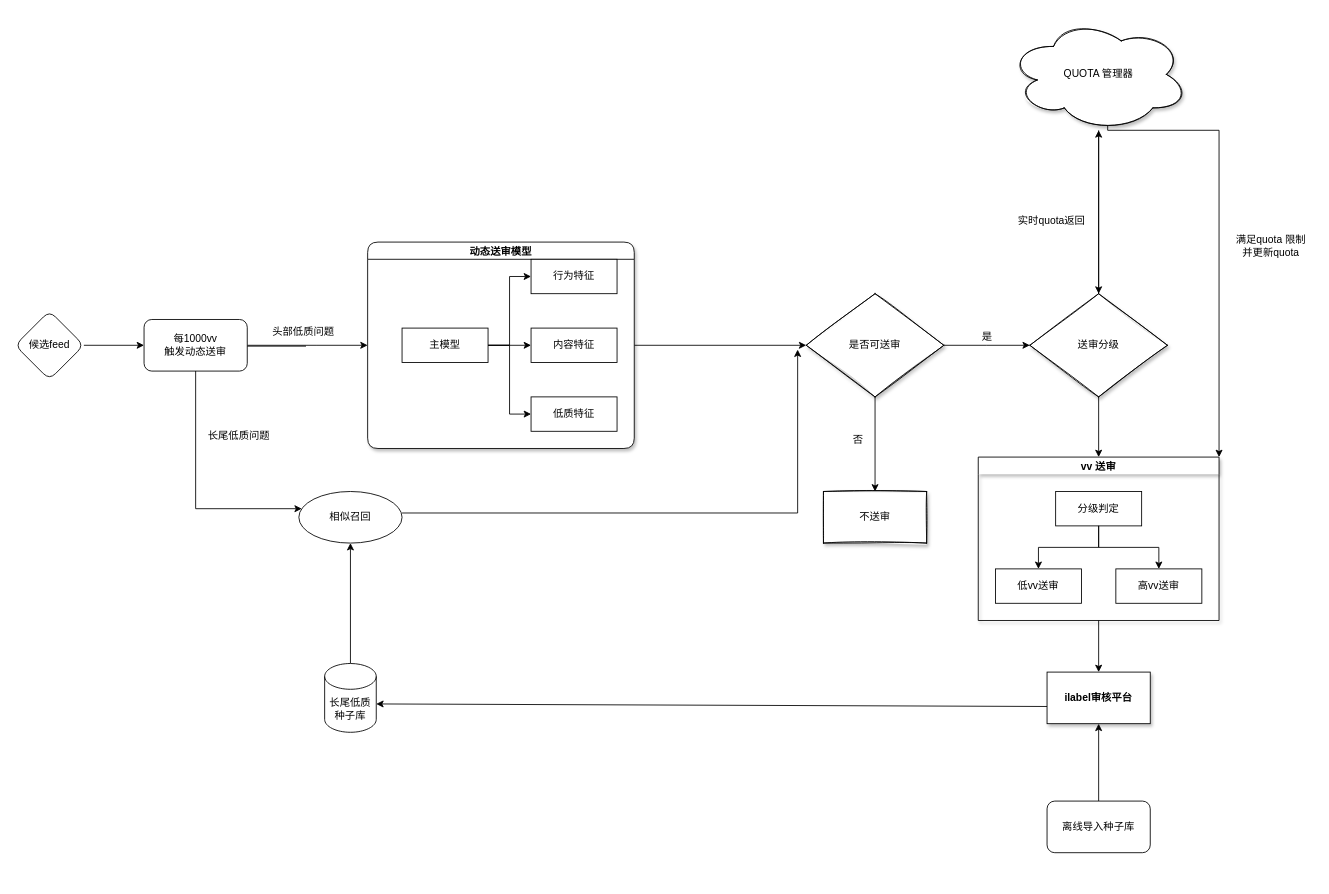
Earlier version of the draw.io diagram Untitled Diagram.drawio (CaryXiang/model_flow). Source tidied: cells renumbered, new cells numbered last; positions are measured from the earlier drawing's top-left corner, leaving out a move shared by most shapes. Both pictures are drawn from the tidied source at 86%, with x=0, y=0 at pixel (15, 18).
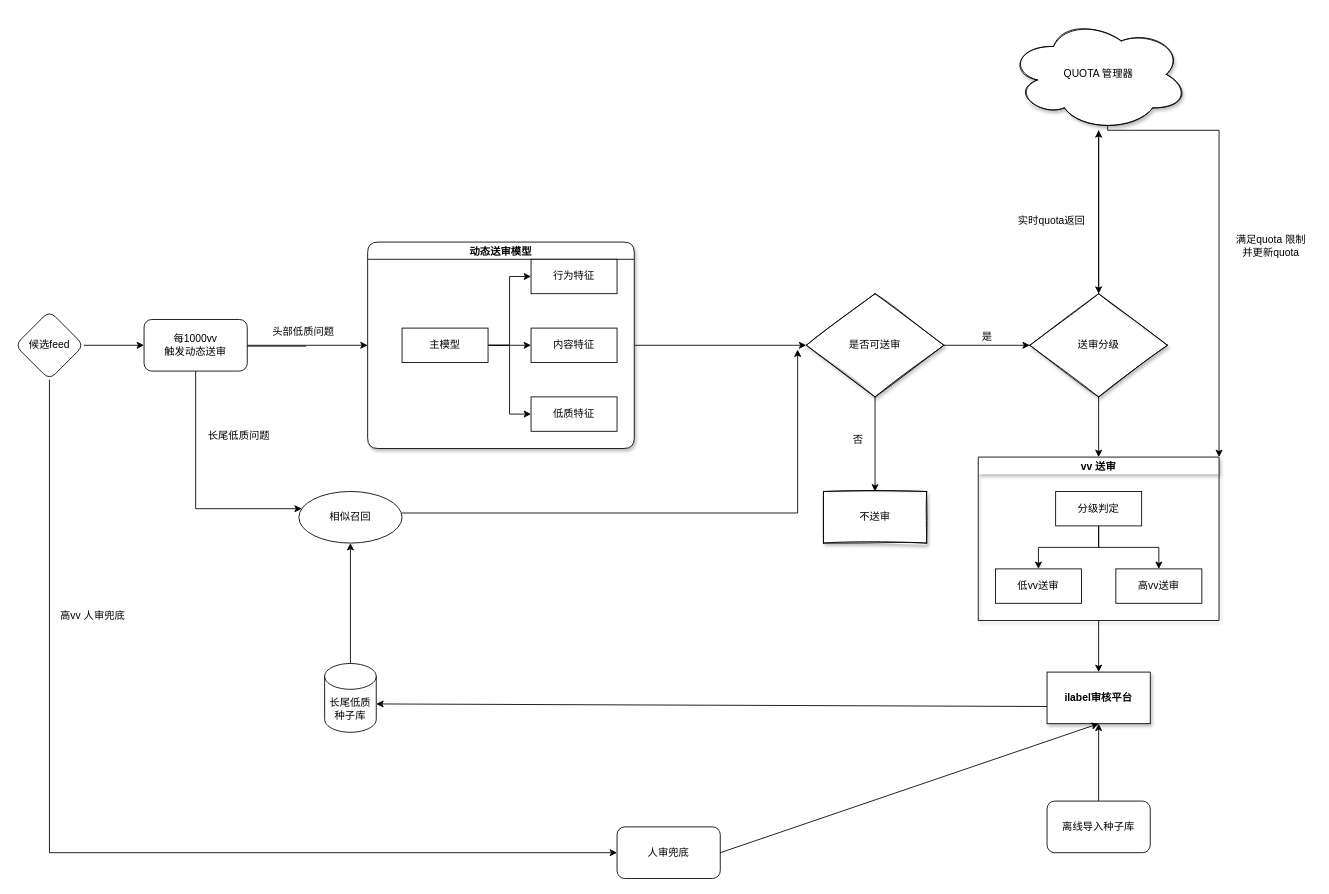
After the change.

Unchanged cells that the change refers to:
```xml
<mxCell id="43" value="ilabel审核平台" style="whiteSpace=wrap;html=1;fontStyle=1;startSize=20;rounded=0;shadow=1;glass=0;sketch=0;" parent="1" vertex="1">
  <mxGeometry x="1200" y="760" width="120" height="60" as="geometry" />
</mxCell>
```

Diff of the diagram source:
```diff
@@
+    <mxCell id="48" value="人审兜底" style="whiteSpace=wrap;html=1;rounded=1;" parent="1" vertex="1">
+      <mxGeometry x="700" y="940" width="120" height="60" as="geometry" />
+    </mxCell>
+    <mxCell id="49" style="endArrow=classic;html=1;rounded=0;entryX=0;entryY=0.5;entryDx=0;entryDy=0;" parent="1" edge="1" target="48">
+      <mxGeometry relative="1" as="geometry">
+        <mxPoint x="40" y="420" as="sourcePoint" />
+        <Array as="points">
+          <mxPoint x="40" y="970" />
+        </Array>
+      </mxGeometry>
+    </mxCell>
+    <mxCell id="50" value="高vv 人审兜底" style="text;html=1;align=center;verticalAlign=middle;strokeColor=none;fillColor=none;" parent="1" vertex="1">
+      <mxGeometry x="40" y="680" width="100" height="30" as="geometry" />
+    </mxCell>
+    <mxCell id="51" style="endArrow=classic;html=1;rounded=0;entryX=0.5;entryY=1;entryDx=0;entryDy=0;" parent="1" edge="1" target="43">
+      <mxGeometry relative="1" as="geometry">
+        <mxPoint x="820" y="970" as="sourcePoint" />
+      </mxGeometry>
+    </mxCell>
```
